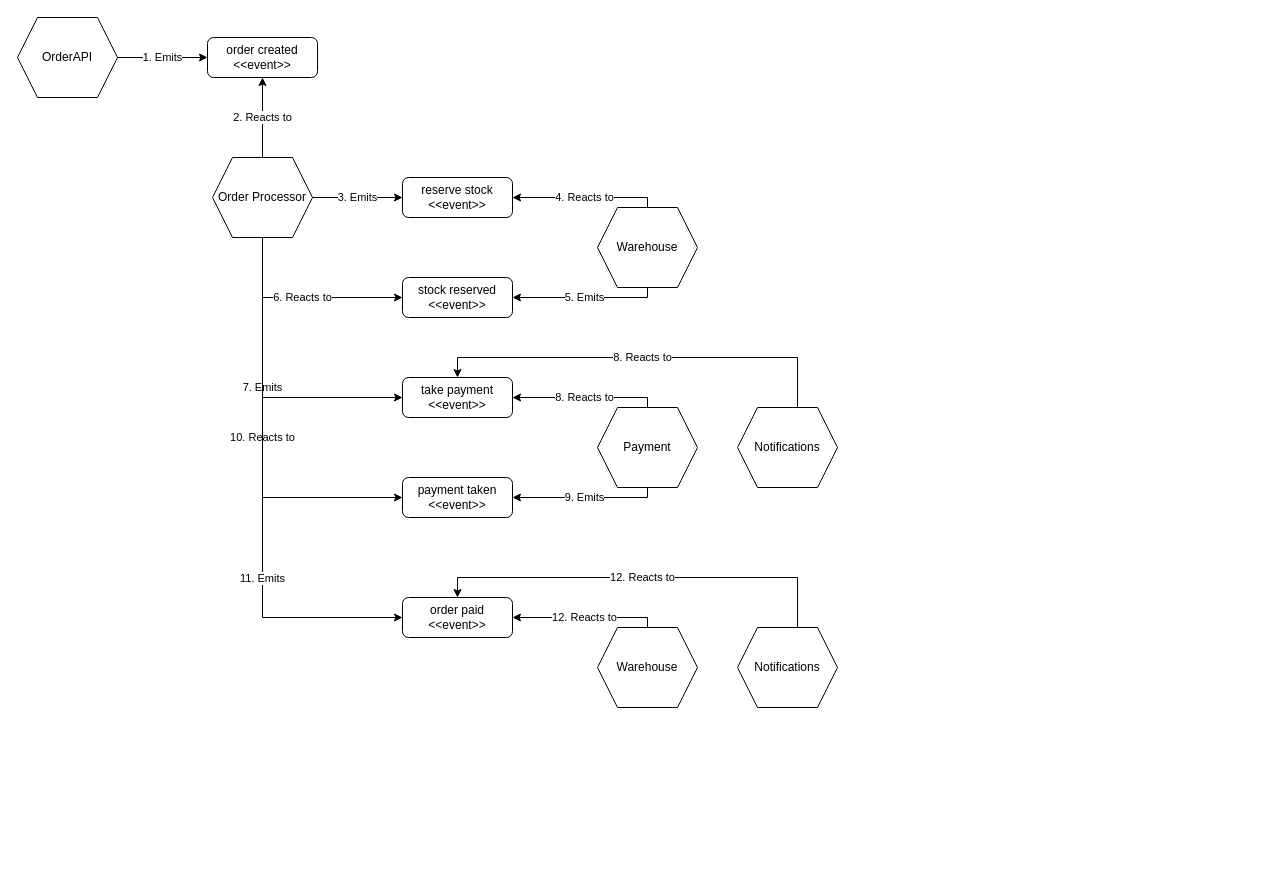
Earlier version of the draw.io diagram page "saga_create_order" (5 of 12) of docs/DotNetRabbitMQIntegration.drawio (ivanenkomaksym/dotnet-messagebroker-demo). Source tidied: cells renumbered, new cells numbered last; positions are measured from the earlier drawing's top-left corner, leaving out a move shared by most shapes. Both pictures are drawn from the tidied source at 100%, with x=0, y=0 at pixel (17, 17).
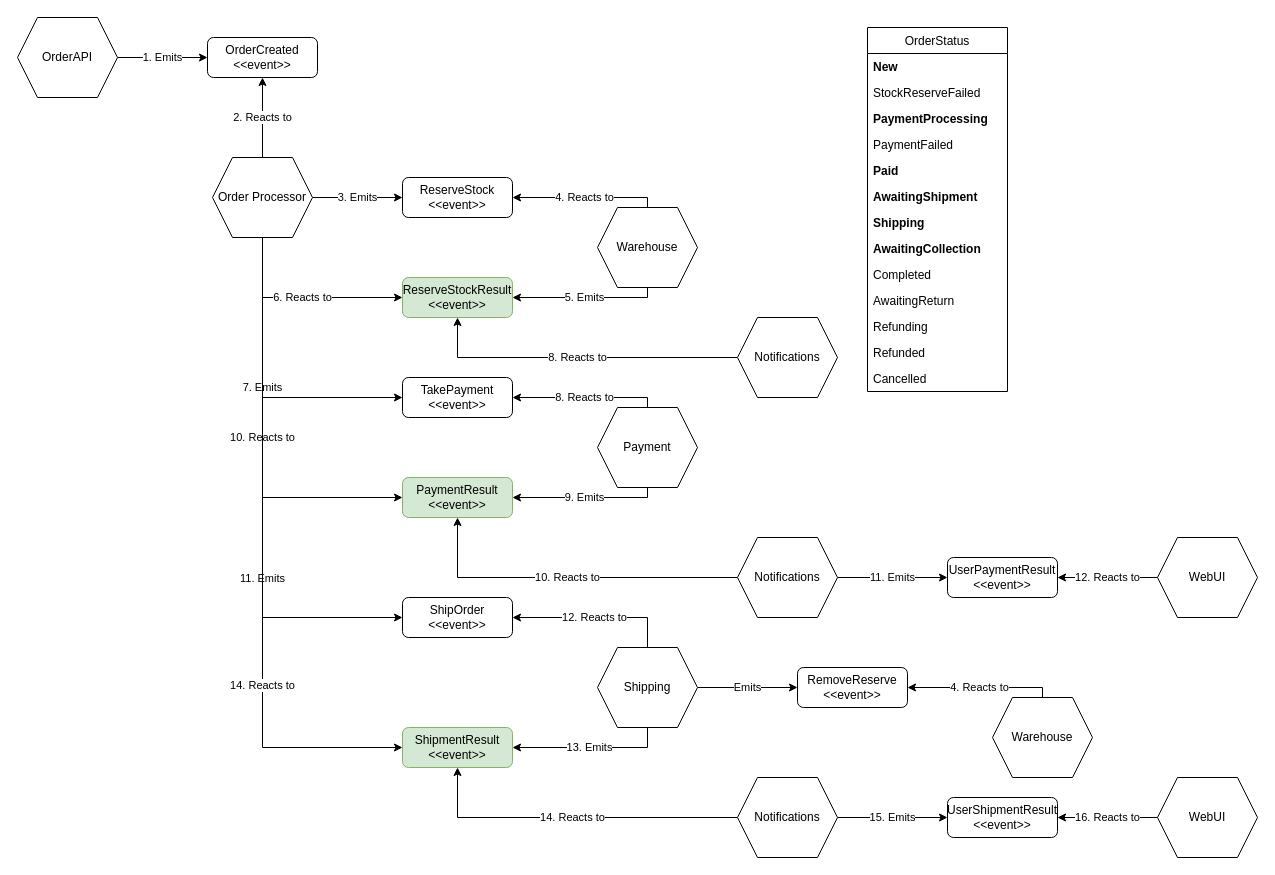
After the change.

Change to the diagram source:
```diff
@@
+    <mxCell id="29" value="14. Reacts to" style="edgeStyle=orthogonalEdgeStyle;rounded=0;jettySize=auto;html=1;entryX=0;entryY=0.5;entryDx=0;entryDy=0;" parent="1" edge="1" target="36">
+      <mxGeometry x="0.38" relative="1" as="geometry">
+        <mxPoint x="245" y="220" as="sourcePoint" />
+        <Array as="points">
+          <mxPoint x="245" y="730" />
+        </Array>
+      </mxGeometry>
+    </mxCell>
@@
-    <mxCell id="12" value="8. Reacts to" style="edgeStyle=orthogonalEdgeStyle;rounded=0;jettySize=auto;html=1;entryX=0.5;entryY=0;entryDx=0;entryDy=0;" parent="1" edge="1" source="13" target="22">
+    <mxCell id="12" value="8. Reacts to" style="edgeStyle=orthogonalEdgeStyle;rounded=0;jettySize=auto;html=1;entryX=0.5;entryY=1;entryDx=0;entryDy=0;" parent="1" edge="1" source="13" target="21">
       <mxGeometry relative="1" as="geometry">
         <Array as="points">
-          <mxPoint x="780" y="340" />
           <mxPoint x="440" y="340" />
         </Array>
       </mxGeometry>
     </mxCell>
     <mxCell id="13" value="Notifications" style="shape=hexagon;perimeter=hexagonPerimeter2;whiteSpace=wrap;html=1;fixedSize=1;" parent="1" vertex="1">
-      <mxGeometry x="720" y="390" width="100" height="80" as="geometry" />
+      <mxGeometry x="720" y="300" width="100" height="80" as="geometry" />
     </mxCell>
@@
-    <mxCell id="17" value="order created&lt;br&gt;&amp;lt;&amp;lt;event&amp;gt;&amp;gt;" style="rounded=1;whiteSpace=wrap;html=1;" parent="1" vertex="1">
+    <mxCell id="17" value="OrderCreated&lt;br&gt;&amp;lt;&amp;lt;event&amp;gt;&amp;gt;" style="rounded=1;whiteSpace=wrap;html=1;" parent="1" vertex="1">
       <mxGeometry x="190" y="20" width="110" height="40" as="geometry" />
     </mxCell>
@@
-    <mxCell id="20" value="reserve stock&lt;br&gt;&amp;lt;&amp;lt;event&amp;gt;&amp;gt;" style="rounded=1;whiteSpace=wrap;html=1;" parent="1" vertex="1">
+    <mxCell id="20" value="ReserveStock&lt;br&gt;&amp;lt;&amp;lt;event&amp;gt;&amp;gt;" style="rounded=1;whiteSpace=wrap;html=1;" parent="1" vertex="1">
       <mxGeometry x="385" y="160" width="110" height="40" as="geometry" />
     </mxCell>
-    <mxCell id="21" value="stock reserved&lt;br&gt;&amp;lt;&amp;lt;event&amp;gt;&amp;gt;" style="rounded=1;whiteSpace=wrap;html=1;" parent="1" vertex="1">
+    <mxCell id="21" value="ReserveStockResult&lt;br&gt;&amp;lt;&amp;lt;event&amp;gt;&amp;gt;" style="rounded=1;whiteSpace=wrap;html=1;fillColor=#d5e8d4;strokeColor=#82b366;" parent="1" vertex="1">
       <mxGeometry x="385" y="260" width="110" height="40" as="geometry" />
     </mxCell>
-    <mxCell id="22" value="take payment&lt;br&gt;&amp;lt;&amp;lt;event&amp;gt;&amp;gt;" style="rounded=1;whiteSpace=wrap;html=1;" parent="1" vertex="1">
+    <mxCell id="22" value="TakePayment&lt;br&gt;&amp;lt;&amp;lt;event&amp;gt;&amp;gt;" style="rounded=1;whiteSpace=wrap;html=1;" parent="1" vertex="1">
       <mxGeometry x="385" y="360" width="110" height="40" as="geometry" />
     </mxCell>
-    <mxCell id="23" value="payment taken&lt;br&gt;&amp;lt;&amp;lt;event&amp;gt;&amp;gt;" style="rounded=1;whiteSpace=wrap;html=1;" parent="1" vertex="1">
+    <mxCell id="23" value="PaymentResult&lt;br&gt;&amp;lt;&amp;lt;event&amp;gt;&amp;gt;" style="rounded=1;whiteSpace=wrap;html=1;fillColor=#d5e8d4;strokeColor=#82b366;" parent="1" vertex="1">
       <mxGeometry x="385" y="460" width="110" height="40" as="geometry" />
     </mxCell>
@@
+    <mxCell id="30" value="13. Emits" style="edgeStyle=orthogonalEdgeStyle;rounded=0;jettySize=auto;html=1;" parent="1" edge="1" target="36">
+      <mxGeometry relative="1" as="geometry">
+        <mxPoint x="630" y="710" as="sourcePoint" />
+        <Array as="points">
+          <mxPoint x="630" y="730" />
+        </Array>
+      </mxGeometry>
+    </mxCell>
+    <mxCell id="31" value="Emits" style="edgeStyle=orthogonalEdgeStyle;rounded=0;jettySize=auto;html=1;" parent="1" edge="1" source="25" target="45">
+      <mxGeometry relative="1" as="geometry" />
+    </mxCell>
-    <mxCell id="25" value="Warehouse" style="shape=hexagon;perimeter=hexagonPerimeter2;whiteSpace=wrap;html=1;fixedSize=1;" parent="1" vertex="1">
-      <mxGeometry x="580" y="610" width="100" height="80" as="geometry" />
+    <mxCell id="25" value="Shipping" style="shape=hexagon;perimeter=hexagonPerimeter2;whiteSpace=wrap;html=1;fixedSize=1;" parent="1" vertex="1">
+      <mxGeometry x="580" y="630" width="100" height="80" as="geometry" />
     </mxCell>
-    <mxCell id="26" value="order paid&lt;br&gt;&amp;lt;&amp;lt;event&amp;gt;&amp;gt;" style="rounded=1;whiteSpace=wrap;html=1;" parent="1" vertex="1">
+    <mxCell id="26" value="ShipOrder&lt;br&gt;&amp;lt;&amp;lt;event&amp;gt;&amp;gt;" style="rounded=1;whiteSpace=wrap;html=1;" parent="1" vertex="1">
       <mxGeometry x="385" y="580" width="110" height="40" as="geometry" />
     </mxCell>
-    <mxCell id="27" value="12. Reacts to" style="edgeStyle=orthogonalEdgeStyle;rounded=0;jettySize=auto;html=1;entryX=0.5;entryY=0;entryDx=0;entryDy=0;" parent="1" edge="1" source="28" target="26">
+    <mxCell id="27" value="10. Reacts to" style="edgeStyle=orthogonalEdgeStyle;rounded=0;jettySize=auto;html=1;entryX=0.5;entryY=1;entryDx=0;entryDy=0;" parent="1" edge="1" source="28" target="23">
       <mxGeometry relative="1" as="geometry">
         <Array as="points">
           <mxPoint x="780" y="560" />
           <mxPoint x="440" y="560" />
         </Array>
       </mxGeometry>
     </mxCell>
+    <mxCell id="32" value="11. Emits" style="edgeStyle=orthogonalEdgeStyle;rounded=0;jettySize=auto;html=1;" parent="1" edge="1" source="28" target="33">
+      <mxGeometry relative="1" as="geometry" />
+    </mxCell>
     <mxCell id="28" value="Notifications" style="shape=hexagon;perimeter=hexagonPerimeter2;whiteSpace=wrap;html=1;fixedSize=1;" parent="1" vertex="1">
-      <mxGeometry x="720" y="610" width="100" height="80" as="geometry" />
+      <mxGeometry x="720" y="520" width="100" height="80" as="geometry" />
     </mxCell>
+    <mxCell id="33" value="&lt;span&gt;UserPaymentResult&lt;/span&gt;&lt;br&gt;&amp;lt;&amp;lt;event&amp;gt;&amp;gt;" style="rounded=1;whiteSpace=wrap;html=1;" parent="1" vertex="1">
+      <mxGeometry x="930" y="540" width="110" height="40" as="geometry" />
+    </mxCell>
+    <mxCell id="34" value="12. Reacts to" style="edgeStyle=orthogonalEdgeStyle;rounded=0;jettySize=auto;html=1;" parent="1" edge="1" source="35" target="33">
+      <mxGeometry relative="1" as="geometry" />
+    </mxCell>
+    <mxCell id="35" value="WebUI" style="shape=hexagon;perimeter=hexagonPerimeter2;whiteSpace=wrap;html=1;fixedSize=1;" parent="1" vertex="1">
+      <mxGeometry x="1140" y="520" width="100" height="80" as="geometry" />
+    </mxCell>
+    <mxCell id="36" value="ShipmentResult&lt;br&gt;&amp;lt;&amp;lt;event&amp;gt;&amp;gt;" style="rounded=1;whiteSpace=wrap;html=1;fillColor=#d5e8d4;strokeColor=#82b366;" parent="1" vertex="1">
+      <mxGeometry x="385" y="710" width="110" height="40" as="geometry" />
+    </mxCell>
+    <mxCell id="37" value="14. Reacts to" style="edgeStyle=orthogonalEdgeStyle;rounded=0;jettySize=auto;html=1;" parent="1" edge="1" source="39" target="36">
+      <mxGeometry relative="1" as="geometry" />
+    </mxCell>
+    <mxCell id="38" value="15. Emits" style="edgeStyle=orthogonalEdgeStyle;rounded=0;jettySize=auto;html=1;entryX=0;entryY=0.5;entryDx=0;entryDy=0;" parent="1" edge="1" source="39" target="40">
+      <mxGeometry relative="1" as="geometry" />
+    </mxCell>
+    <mxCell id="39" value="&#10;&#10;&lt;span style=&quot;color: rgb(0, 0, 0); font-family: helvetica; font-size: 12px; font-style: normal; font-weight: 400; letter-spacing: normal; text-align: center; text-indent: 0px; text-transform: none; word-spacing: 0px; background-color: rgb(248, 249, 250); display: inline; float: none;&quot;&gt;Notifications&lt;/span&gt;&#10;&#10;" style="shape=hexagon;perimeter=hexagonPerimeter2;whiteSpace=wrap;html=1;fixedSize=1;" parent="1" vertex="1">
+      <mxGeometry x="720" y="760" width="100" height="80" as="geometry" />
+    </mxCell>
+    <mxCell id="40" value="&lt;span&gt;UserShipmentResult&lt;/span&gt;&lt;br&gt;&amp;lt;&amp;lt;event&amp;gt;&amp;gt;" style="rounded=1;whiteSpace=wrap;html=1;" parent="1" vertex="1">
+      <mxGeometry x="930" y="780" width="110" height="40" as="geometry" />
+    </mxCell>
+    <mxCell id="41" value="16. Reacts to" style="edgeStyle=orthogonalEdgeStyle;rounded=0;jettySize=auto;html=1;entryX=1;entryY=0.5;entryDx=0;entryDy=0;" parent="1" edge="1" source="42" target="40">
+      <mxGeometry relative="1" as="geometry" />
+    </mxCell>
+    <mxCell id="42" value="WebUI" style="shape=hexagon;perimeter=hexagonPerimeter2;whiteSpace=wrap;html=1;fixedSize=1;" parent="1" vertex="1">
+      <mxGeometry x="1140" y="760" width="100" height="80" as="geometry" />
+    </mxCell>
+    <mxCell id="43" value="4. Reacts to" style="edgeStyle=orthogonalEdgeStyle;rounded=0;jettySize=auto;html=1;" parent="1" edge="1" source="44" target="45">
+      <mxGeometry relative="1" as="geometry">
+        <Array as="points">
+          <mxPoint x="1025" y="670" />
+        </Array>
+      </mxGeometry>
+    </mxCell>
+    <mxCell id="44" value="Warehouse" style="shape=hexagon;perimeter=hexagonPerimeter2;whiteSpace=wrap;html=1;fixedSize=1;" parent="1" vertex="1">
+      <mxGeometry x="975" y="680" width="100" height="80" as="geometry" />
+    </mxCell>
+    <mxCell id="45" value="RemoveReserve&lt;br&gt;&amp;lt;&amp;lt;event&amp;gt;&amp;gt;" style="rounded=1;whiteSpace=wrap;html=1;" parent="1" vertex="1">
+      <mxGeometry x="780" y="650" width="110" height="40" as="geometry" />
+    </mxCell>
+    <mxCell id="46" value="OrderStatus" style="swimlane;fontStyle=0;horizontal=1;startSize=26;fillColor=none;" parent="1" vertex="1">
+      <mxGeometry x="850" y="10" width="140" height="364" as="geometry" />
+    </mxCell>
+    <mxCell id="47" value="New" style="text;strokeColor=none;fillColor=none;align=left;verticalAlign=top;spacingLeft=4;spacingRight=4;overflow=hidden;fontStyle=1;" parent="46" vertex="1">
+      <mxGeometry y="26" width="140" height="26" as="geometry" />
+    </mxCell>
+    <mxCell id="48" value="StockReserveFailed" style="text;strokeColor=none;fillColor=none;align=left;verticalAlign=top;spacingLeft=4;spacingRight=4;overflow=hidden;fontStyle=0;" parent="46" vertex="1">
+      <mxGeometry y="52" width="140" height="26" as="geometry" />
+    </mxCell>
+    <mxCell id="49" value="PaymentProcessing" style="text;strokeColor=none;fillColor=none;align=left;verticalAlign=top;spacingLeft=4;spacingRight=4;overflow=hidden;fontStyle=1;" parent="46" vertex="1">
+      <mxGeometry y="78" width="140" height="26" as="geometry" />
+    </mxCell>
+    <mxCell id="50" value="PaymentFailed" style="text;strokeColor=none;fillColor=none;align=left;verticalAlign=top;spacingLeft=4;spacingRight=4;overflow=hidden;fontStyle=0;" parent="46" vertex="1">
+      <mxGeometry y="104" width="140" height="26" as="geometry" />
+    </mxCell>
+    <mxCell id="51" value="Paid" style="text;strokeColor=none;fillColor=none;align=left;verticalAlign=top;spacingLeft=4;spacingRight=4;overflow=hidden;fontStyle=1;" parent="46" vertex="1">
+      <mxGeometry y="130" width="140" height="26" as="geometry" />
+    </mxCell>
+    <mxCell id="52" value="AwaitingShipment" style="text;strokeColor=none;fillColor=none;align=left;verticalAlign=top;spacingLeft=4;spacingRight=4;overflow=hidden;fontStyle=1;" parent="46" vertex="1">
+      <mxGeometry y="156" width="140" height="26" as="geometry" />
+    </mxCell>
+    <mxCell id="53" value="Shipping" style="text;strokeColor=none;fillColor=none;align=left;verticalAlign=top;spacingLeft=4;spacingRight=4;overflow=hidden;fontStyle=1;" parent="46" vertex="1">
+      <mxGeometry y="182" width="140" height="26" as="geometry" />
+    </mxCell>
+    <mxCell id="54" value="AwaitingCollection" style="text;strokeColor=none;fillColor=none;align=left;verticalAlign=top;spacingLeft=4;spacingRight=4;overflow=hidden;fontStyle=1;" parent="46" vertex="1">
+      <mxGeometry y="208" width="140" height="26" as="geometry" />
+    </mxCell>
+    <mxCell id="55" value="Completed" style="text;strokeColor=none;fillColor=none;align=left;verticalAlign=top;spacingLeft=4;spacingRight=4;overflow=hidden;" parent="46" vertex="1">
+      <mxGeometry y="234" width="140" height="26" as="geometry" />
+    </mxCell>
+    <mxCell id="56" value="AwaitingReturn" style="text;strokeColor=none;fillColor=none;align=left;verticalAlign=top;spacingLeft=4;spacingRight=4;overflow=hidden;" parent="46" vertex="1">
+      <mxGeometry y="260" width="140" height="26" as="geometry" />
+    </mxCell>
+    <mxCell id="57" value="Refunding" style="text;strokeColor=none;fillColor=none;align=left;verticalAlign=top;spacingLeft=4;spacingRight=4;overflow=hidden;" parent="46" vertex="1">
+      <mxGeometry y="286" width="140" height="26" as="geometry" />
+    </mxCell>
+    <mxCell id="58" value="Refunded" style="text;strokeColor=none;fillColor=none;align=left;verticalAlign=top;spacingLeft=4;spacingRight=4;overflow=hidden;" parent="46" vertex="1">
+      <mxGeometry y="312" width="140" height="26" as="geometry" />
+    </mxCell>
+    <mxCell id="59" value="Cancelled" style="text;strokeColor=none;fillColor=none;align=left;verticalAlign=top;spacingLeft=4;spacingRight=4;overflow=hidden;" parent="46" vertex="1">
+      <mxGeometry y="338" width="140" height="26" as="geometry" />
+    </mxCell>
```
